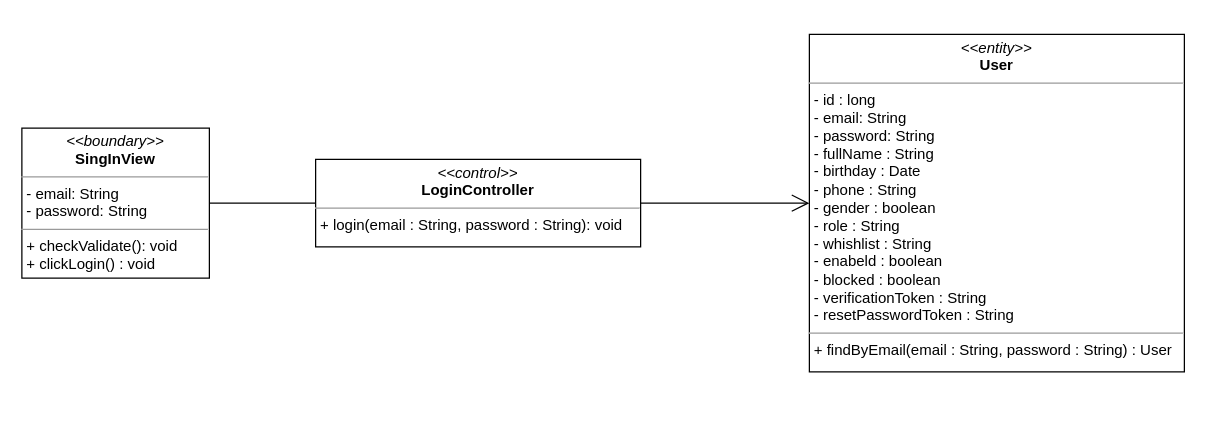
Before: class diagram/login-class-diagram.drawio in nguyenphamvan/datn_20202, a draw.io diagram. Source tidied: cells renumbered, new cells numbered last; positions are measured from the earlier drawing's top-left corner, leaving out a move shared by most shapes. Both pictures are drawn from the tidied source at 125%, with x=0, y=0 at pixel (21, 34).
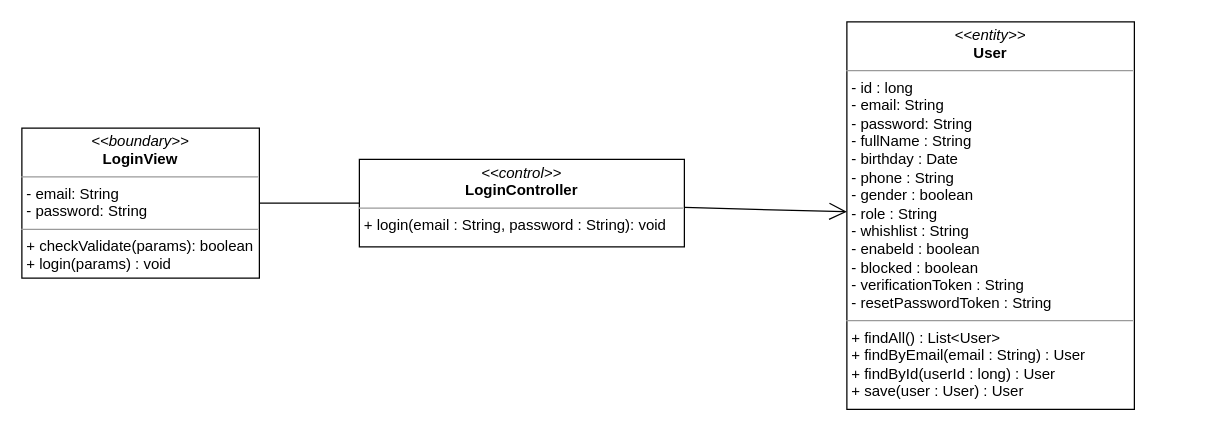
After the change.

Diff of the diagram source:
```diff
@@
 <mxGraphModel>
   <root>
     <mxCell id="0" />
     <mxCell id="1" parent="0" />
-    <mxCell id="2" value="&lt;p style=&quot;margin: 0px ; margin-top: 4px ; text-align: center&quot;&gt;&lt;i&gt;&amp;lt;&amp;lt;boundary&amp;gt;&amp;gt;&lt;/i&gt;&lt;br&gt;&lt;b&gt;SingInView&lt;/b&gt;&lt;/p&gt;&lt;hr size=&quot;1&quot;&gt;&lt;p style=&quot;margin: 0px ; margin-left: 4px&quot;&gt;- email: String&lt;br&gt;- password: String&lt;/p&gt;&lt;hr size=&quot;1&quot;&gt;&lt;p style=&quot;margin: 0px ; margin-left: 4px&quot;&gt;+ checkValidate(): void&lt;/p&gt;&lt;p style=&quot;margin: 0px ; margin-left: 4px&quot;&gt;+ clickLogin() : void&lt;/p&gt;" style="verticalAlign=top;align=left;overflow=fill;fontSize=12;fontFamily=Helvetica;html=1;" parent="1" vertex="1">
-      <mxGeometry y="75" width="150" height="120" as="geometry" />
+    <mxCell id="2" value="&lt;p style=&quot;margin: 0px ; margin-top: 4px ; text-align: center&quot;&gt;&lt;i&gt;&amp;lt;&amp;lt;boundary&amp;gt;&amp;gt;&lt;/i&gt;&lt;br&gt;&lt;b&gt;LoginView&lt;/b&gt;&lt;/p&gt;&lt;hr size=&quot;1&quot;&gt;&lt;p style=&quot;margin: 0px ; margin-left: 4px&quot;&gt;- email: String&lt;br&gt;- password: String&lt;/p&gt;&lt;hr size=&quot;1&quot;&gt;&lt;p style=&quot;margin: 0px ; margin-left: 4px&quot;&gt;+ checkValidate(params): boolean&lt;/p&gt;&lt;p style=&quot;margin: 0px ; margin-left: 4px&quot;&gt;+ login(params) : void&lt;/p&gt;" style="verticalAlign=top;align=left;overflow=fill;fontSize=12;fontFamily=Helvetica;html=1;" parent="1" vertex="1">
+      <mxGeometry y="75" width="190" height="120" as="geometry" />
     </mxCell>
     <mxCell id="3" style="endArrow=none;html=1;edgeStyle=orthogonalEdgeStyle;exitX=1;exitY=0.5;exitDx=0;exitDy=0;" parent="1" edge="1" source="2" target="5">
       <mxGeometry relative="1" as="geometry" />
     </mxCell>
-    <mxCell id="4" value="&lt;p style=&quot;margin: 0px ; margin-top: 4px ; text-align: center&quot;&gt;&lt;i&gt;&amp;lt;&amp;lt;entity&amp;gt;&amp;gt;&lt;/i&gt;&lt;br&gt;&lt;b&gt;User&lt;/b&gt;&lt;/p&gt;&lt;hr size=&quot;1&quot;&gt;&lt;p style=&quot;margin: 0px ; margin-left: 4px&quot;&gt;- id : long&lt;/p&gt;&lt;p style=&quot;margin: 0px ; margin-left: 4px&quot;&gt;- email: String&lt;br&gt;- password: String&lt;/p&gt;&lt;p style=&quot;margin: 0px ; margin-left: 4px&quot;&gt;- fullName : String&lt;/p&gt;&lt;p style=&quot;margin: 0px ; margin-left: 4px&quot;&gt;- birthday : Date&lt;/p&gt;&lt;p style=&quot;margin: 0px ; margin-left: 4px&quot;&gt;- phone : String&lt;/p&gt;&lt;p style=&quot;margin: 0px ; margin-left: 4px&quot;&gt;- gender : boolean&lt;/p&gt;&lt;p style=&quot;margin: 0px ; margin-left: 4px&quot;&gt;- role : String&lt;/p&gt;&lt;p style=&quot;margin: 0px ; margin-left: 4px&quot;&gt;- whishlist : String&lt;/p&gt;&lt;p style=&quot;margin: 0px ; margin-left: 4px&quot;&gt;- enabeld : boolean&lt;/p&gt;&lt;p style=&quot;margin: 0px ; margin-left: 4px&quot;&gt;- blocked : boolean&lt;/p&gt;&lt;p style=&quot;margin: 0px ; margin-left: 4px&quot;&gt;- verificationToken : String&lt;/p&gt;&lt;p style=&quot;margin: 0px ; margin-left: 4px&quot;&gt;- resetPasswordToken : String&lt;/p&gt;&lt;hr size=&quot;1&quot;&gt;&lt;p style=&quot;margin: 0px ; margin-left: 4px&quot;&gt;+ findByEmail(email : String, password : String) : User&lt;/p&gt;" style="verticalAlign=top;align=left;overflow=fill;fontSize=12;fontFamily=Helvetica;html=1;" parent="1" vertex="1">
-      <mxGeometry x="630" width="300" height="270" as="geometry" />
+    <mxCell id="4" value="&lt;p style=&quot;margin: 0px ; margin-top: 4px ; text-align: center&quot;&gt;&lt;i&gt;&amp;lt;&amp;lt;entity&amp;gt;&amp;gt;&lt;/i&gt;&lt;br&gt;&lt;b&gt;User&lt;/b&gt;&lt;/p&gt;&lt;hr size=&quot;1&quot;&gt;&lt;p style=&quot;margin: 0px ; margin-left: 4px&quot;&gt;- id : long&lt;/p&gt;&lt;p style=&quot;margin: 0px ; margin-left: 4px&quot;&gt;- email: String&lt;br&gt;- password: String&lt;/p&gt;&lt;p style=&quot;margin: 0px ; margin-left: 4px&quot;&gt;- fullName : String&lt;/p&gt;&lt;p style=&quot;margin: 0px ; margin-left: 4px&quot;&gt;- birthday : Date&lt;/p&gt;&lt;p style=&quot;margin: 0px ; margin-left: 4px&quot;&gt;- phone : String&lt;/p&gt;&lt;p style=&quot;margin: 0px ; margin-left: 4px&quot;&gt;- gender : boolean&lt;/p&gt;&lt;p style=&quot;margin: 0px ; margin-left: 4px&quot;&gt;- role : String&lt;/p&gt;&lt;p style=&quot;margin: 0px ; margin-left: 4px&quot;&gt;- whishlist : String&lt;/p&gt;&lt;p style=&quot;margin: 0px ; margin-left: 4px&quot;&gt;- enabeld : boolean&lt;/p&gt;&lt;p style=&quot;margin: 0px ; margin-left: 4px&quot;&gt;- blocked : boolean&lt;/p&gt;&lt;p style=&quot;margin: 0px ; margin-left: 4px&quot;&gt;- verificationToken : String&lt;/p&gt;&lt;p style=&quot;margin: 0px ; margin-left: 4px&quot;&gt;- resetPasswordToken : String&lt;/p&gt;&lt;hr size=&quot;1&quot;&gt;&lt;p style=&quot;margin: 0px ; margin-left: 4px&quot;&gt;+ findAll() : List&amp;lt;User&amp;gt;&lt;br&gt;&lt;/p&gt;&lt;p style=&quot;margin: 0px ; margin-left: 4px&quot;&gt;+ findByEmail(email : String) : User&lt;/p&gt;&lt;p style=&quot;margin: 0px 0px 0px 4px&quot;&gt;+ findById(userId : long) : User&lt;/p&gt;&lt;p style=&quot;margin: 0px 0px 0px 4px&quot;&gt;+ save(user : User) : User&lt;/p&gt;" style="verticalAlign=top;align=left;overflow=fill;fontSize=12;fontFamily=Helvetica;html=1;" parent="1" vertex="1">
+      <mxGeometry x="660" y="-10" width="230" height="310" as="geometry" />
     </mxCell>
     <mxCell id="5" value="&lt;p style=&quot;margin: 0px ; margin-top: 4px ; text-align: center&quot;&gt;&lt;i&gt;&amp;lt;&amp;lt;control&amp;gt;&amp;gt;&lt;/i&gt;&lt;br&gt;&lt;b&gt;LoginController&lt;/b&gt;&lt;/p&gt;&lt;hr size=&quot;1&quot;&gt;&lt;p style=&quot;margin: 0px ; margin-left: 4px&quot;&gt;+ login(email : String, password : String): void&lt;br&gt;&lt;/p&gt;" style="verticalAlign=top;align=left;overflow=fill;fontSize=12;fontFamily=Helvetica;html=1;" parent="1" vertex="1">
-      <mxGeometry x="235" y="100" width="260" height="70" as="geometry" />
+      <mxGeometry x="270" y="100" width="260" height="70" as="geometry" />
     </mxCell>
     <mxCell id="6" style="endArrow=open;endFill=1;endSize=12;html=1;" parent="1" edge="1" source="5" target="4">
       <mxGeometry relative="1" as="geometry" />
     </mxCell>
   </root>
 </mxGraphModel>
```
